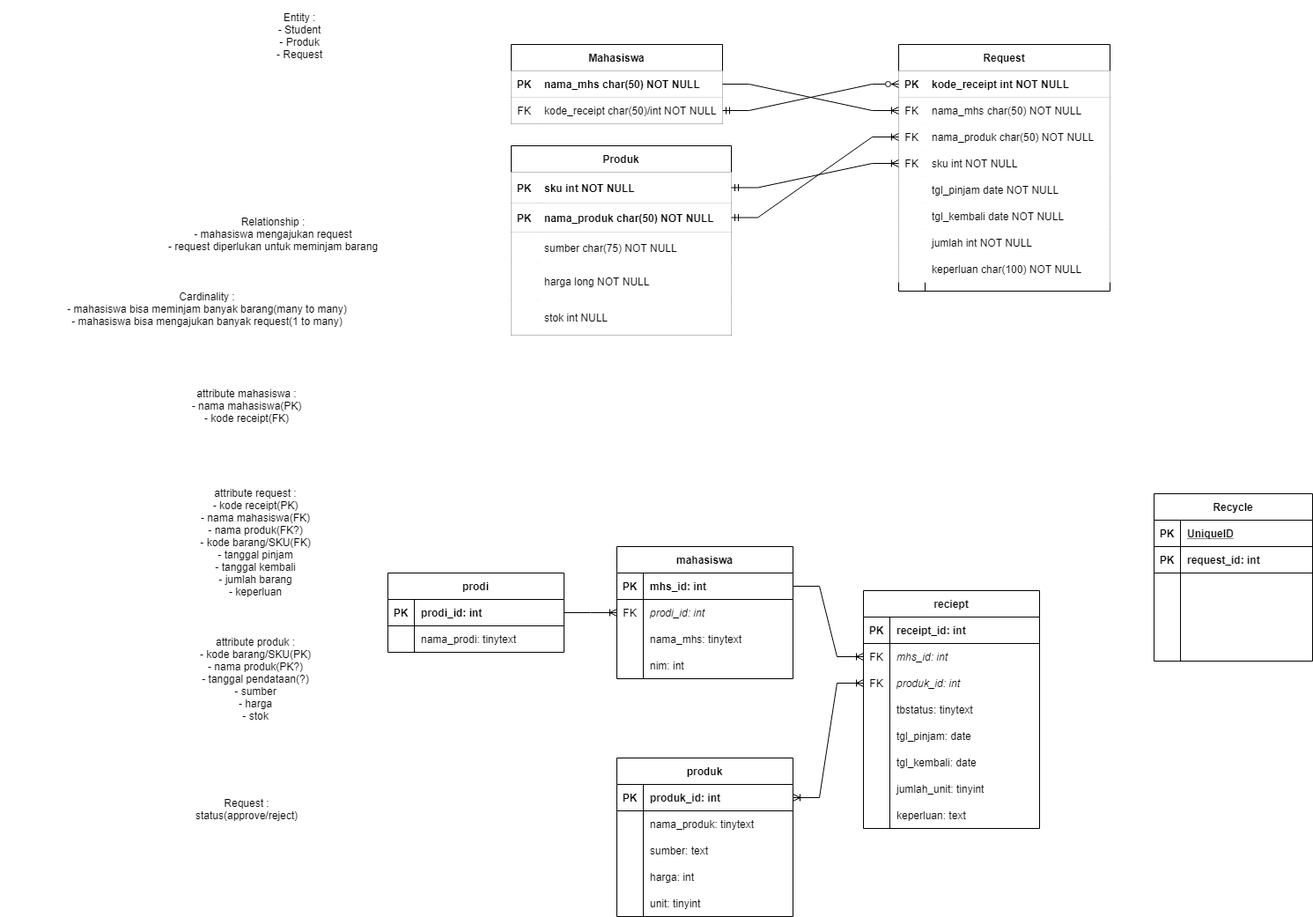
johannfac/aplikasipeminjamanaset keeps this draw.io diagram as diagrams/ER diagram.drawio.png. Above is the earlier version. Source tidied: cells renumbered, new cells last; positions are measured from the earlier drawing's top-left corner, leaving out a move shared by most shapes.
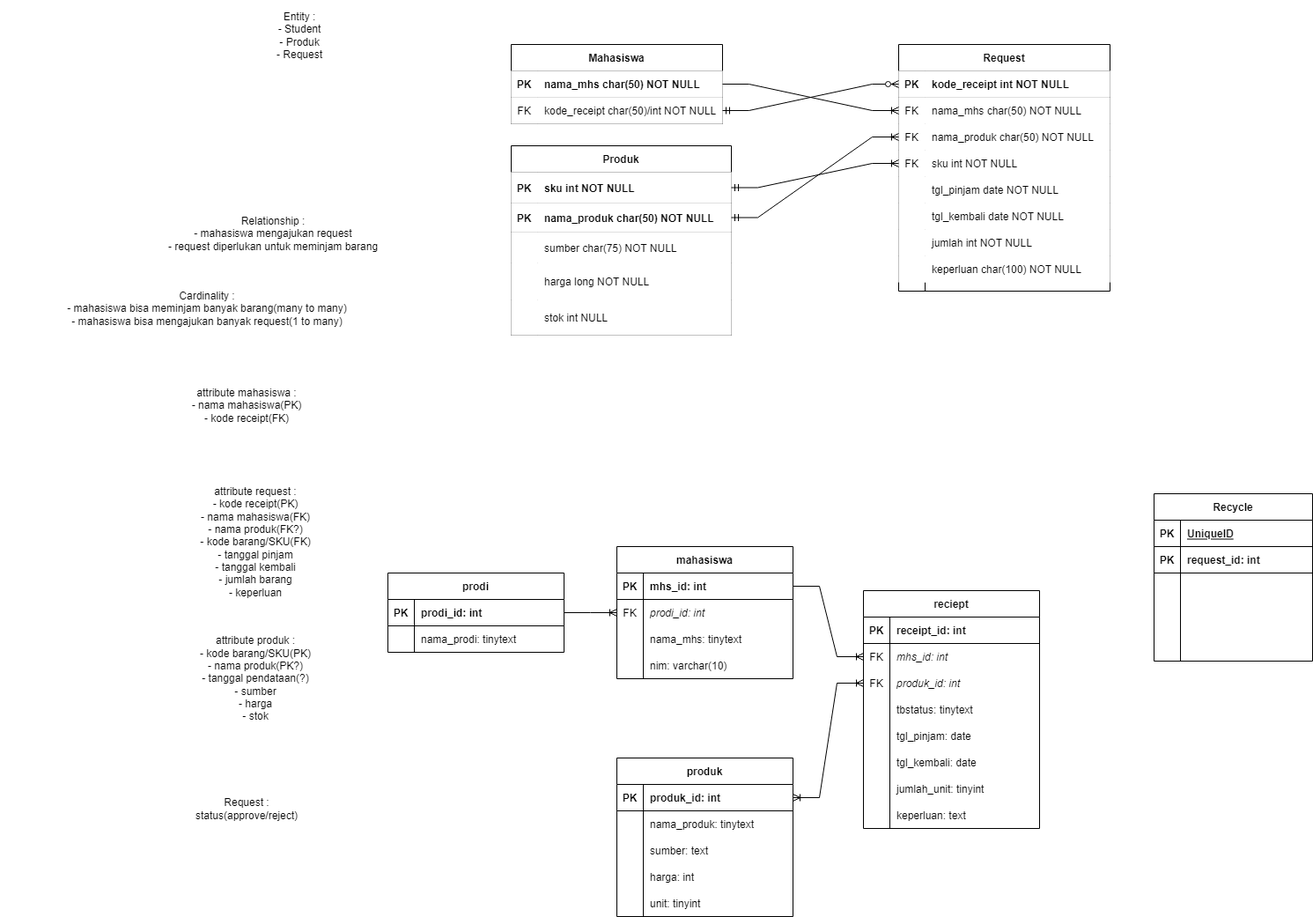
The same file after the commit.

The edit, as a diff of the source:
```diff
@@ -212,7 +212,7 @@
     <mxCell id="71" style="shape=partialRectangle;fillColor=none;top=0;left=0;bottom=0;right=0;overflow=hidden;fontColor=default;strokeColor=default;" parent="70" vertex="1">
       <mxGeometry width="30" height="30" as="geometry" />
     </mxCell>
-    <mxCell id="72" value="nim: int" style="shape=partialRectangle;fillColor=none;top=0;left=0;bottom=0;right=0;align=left;spacingLeft=6;overflow=hidden;fontColor=default;strokeColor=default;" parent="70" vertex="1">
+    <mxCell id="72" value="nim: varchar(10)" style="shape=partialRectangle;fillColor=none;top=0;left=0;bottom=0;right=0;align=left;spacingLeft=6;overflow=hidden;fontColor=default;strokeColor=default;" parent="70" vertex="1">
       <mxGeometry x="30" width="170" height="30" as="geometry" />
     </mxCell>
     <mxCell id="73" value="produk" style="shape=table;startSize=30;rowLines=0;fontStyle=1;align=center;fontColor=default;strokeColor=default;fillColor=none;" parent="1" vertex="1">
```
